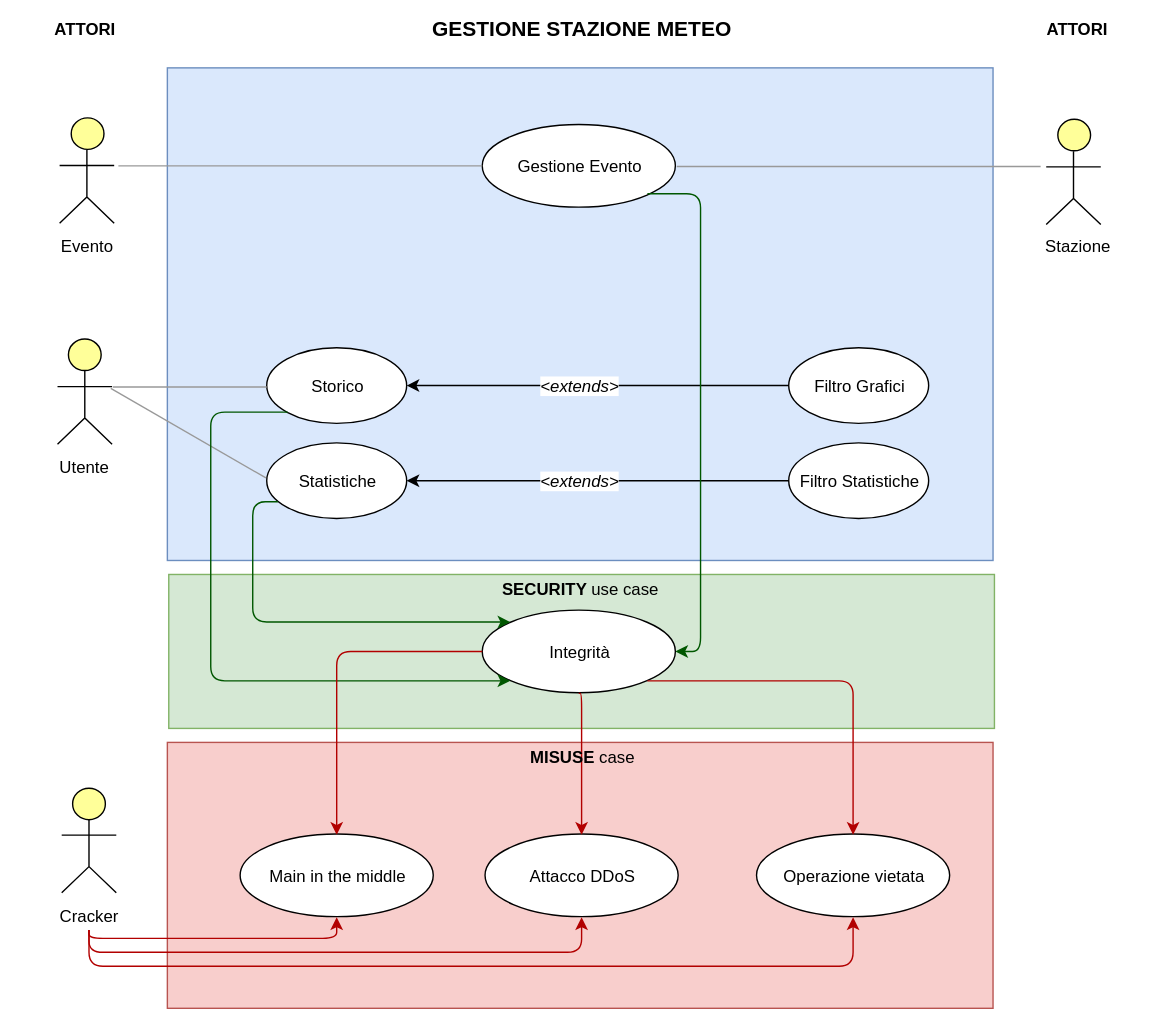
Earlier version of the draw.io export resources/SecuritycaseMisusecase.svg (Leaaaf/weatherment.io). Source tidied: cells renumbered, new cells last; positions are measured from the earlier drawing's top-left corner, leaving out a move shared by most shapes.
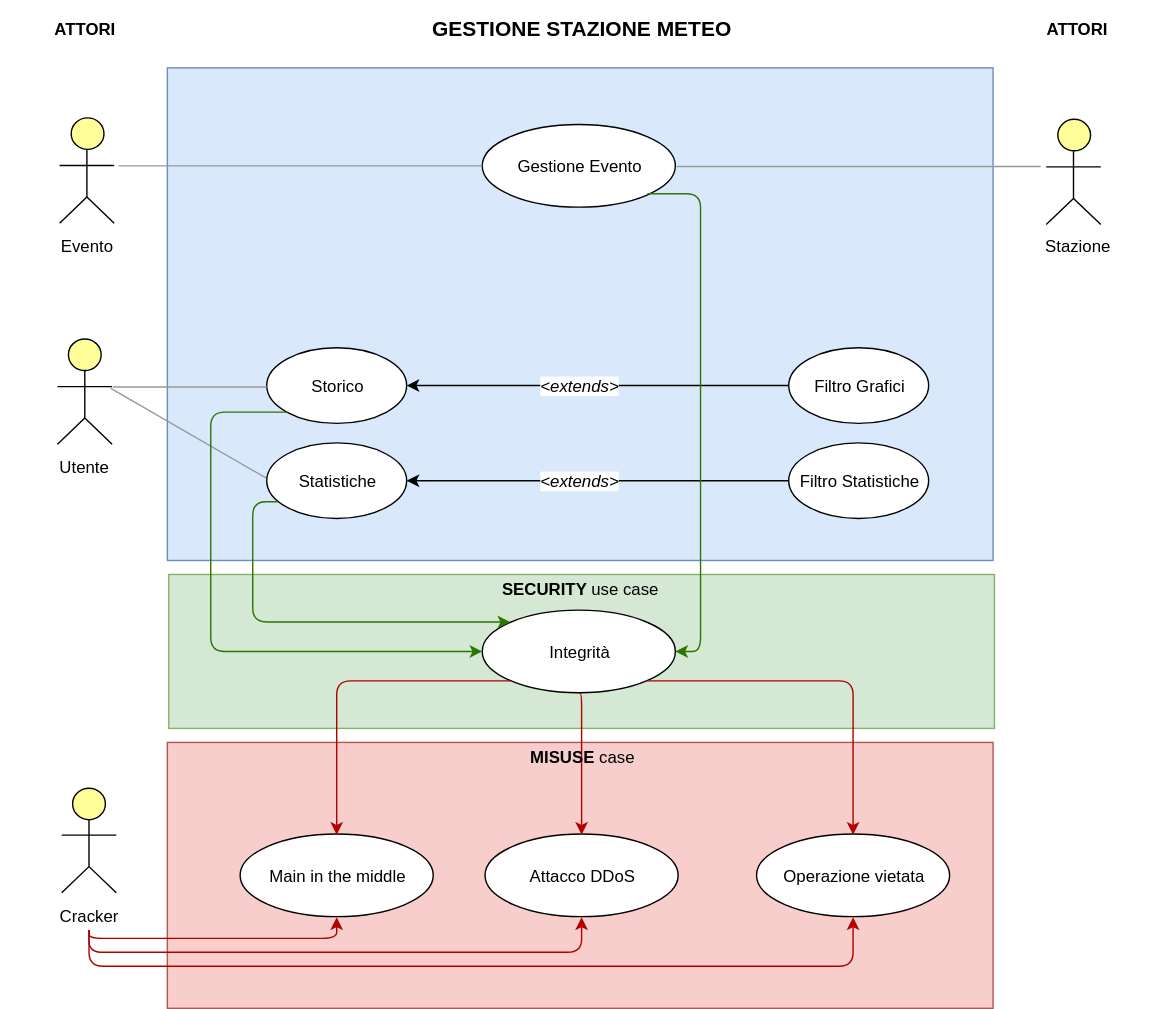
Later version of the same file.

What changed in the source:
```diff
@@ -81,7 +81,7 @@
     <mxCell id="25" style="rounded=0;whiteSpace=wrap;html=1;fillColor=#d5e8d4;strokeColor=#82b366;" parent="1" vertex="1">
       <mxGeometry x="120" y="410" width="590" height="110" as="geometry" />
     </mxCell>
-    <mxCell id="26" style="edgeStyle=segmentEdgeStyle;endArrow=classic;html=1;exitX=1;exitY=1;exitDx=0;exitDy=0;entryX=1;entryY=0.5;entryDx=0;entryDy=0;fillColor=#008a00;strokeColor=#005700;" parent="1" edge="1" source="9" target="27">
+    <mxCell id="26" style="edgeStyle=segmentEdgeStyle;endArrow=classic;html=1;exitX=1;exitY=1;exitDx=0;exitDy=0;entryX=1;entryY=0.5;entryDx=0;entryDy=0;fillColor=#60a917;strokeColor=#2D7600;" parent="1" edge="1" source="9" target="27">
       <mxGeometry relative="1" as="geometry">
         <Array as="points">
           <mxPoint x="500" y="138" />
@@ -92,15 +92,15 @@
     <mxCell id="27" value="Integrità" style="ellipse;whiteSpace=wrap;html=1;gradientColor=none;" parent="1" vertex="1">
       <mxGeometry x="344" y="435.5" width="138" height="59" as="geometry" />
     </mxCell>
-    <mxCell id="28" style="edgeStyle=segmentEdgeStyle;endArrow=classic;html=1;exitX=0;exitY=1;exitDx=0;exitDy=0;entryX=0;entryY=1;entryDx=0;entryDy=0;fillColor=#008a00;strokeColor=#005700;" parent="1" edge="1" source="18" target="27">
+    <mxCell id="28" style="edgeStyle=segmentEdgeStyle;endArrow=classic;html=1;exitX=0;exitY=1;exitDx=0;exitDy=0;entryX=0;entryY=0.5;entryDx=0;entryDy=0;fillColor=#60a917;strokeColor=#2D7600;" parent="1" edge="1" source="18" target="27">
       <mxGeometry relative="1" as="geometry">
         <Array as="points">
           <mxPoint x="150" y="294" />
-          <mxPoint x="150" y="486" />
+          <mxPoint x="150" y="465" />
         </Array>
       </mxGeometry>
     </mxCell>
-    <mxCell id="29" style="edgeStyle=segmentEdgeStyle;endArrow=classic;html=1;entryX=0;entryY=0;entryDx=0;entryDy=0;exitX=0.08;exitY=0.778;exitDx=0;exitDy=0;exitPerimeter=0;fillColor=#008a00;strokeColor=#005700;" parent="1" edge="1" source="20" target="27">
+    <mxCell id="29" style="edgeStyle=segmentEdgeStyle;endArrow=classic;html=1;entryX=0;entryY=0;entryDx=0;entryDy=0;exitX=0.08;exitY=0.778;exitDx=0;exitDy=0;exitPerimeter=0;fillColor=#60a917;strokeColor=#2D7600;" parent="1" edge="1" source="20" target="27">
       <mxGeometry relative="1" as="geometry">
         <Array as="points">
           <mxPoint x="180" y="358" />
@@ -123,7 +123,7 @@
     <mxCell id="34" value="Operazione vietata" style="ellipse;whiteSpace=wrap;html=1;gradientColor=none;" parent="1" vertex="1">
       <mxGeometry x="540" y="595.5" width="138" height="59" as="geometry" />
     </mxCell>
-    <mxCell id="35" style="edgeStyle=segmentEdgeStyle;endArrow=classic;html=1;exitX=0;exitY=0.5;exitDx=0;exitDy=0;entryX=0.5;entryY=0;entryDx=0;entryDy=0;fillColor=#e51400;strokeColor=#B20000;" parent="1" edge="1" source="27" target="32">
+    <mxCell id="35" style="edgeStyle=segmentEdgeStyle;endArrow=classic;html=1;exitX=0;exitY=1;exitDx=0;exitDy=0;entryX=0.5;entryY=0;entryDx=0;entryDy=0;fillColor=#e51400;strokeColor=#B20000;" parent="1" edge="1" source="27" target="32">
       <mxGeometry relative="1" as="geometry" />
     </mxCell>
     <mxCell id="36" style="edgeStyle=segmentEdgeStyle;endArrow=classic;html=1;exitX=0.5;exitY=1;exitDx=0;exitDy=0;entryX=0.5;entryY=0;entryDx=0;entryDy=0;fillColor=#e51400;strokeColor=#B20000;" parent="1" edge="1" source="27" target="33">
```
